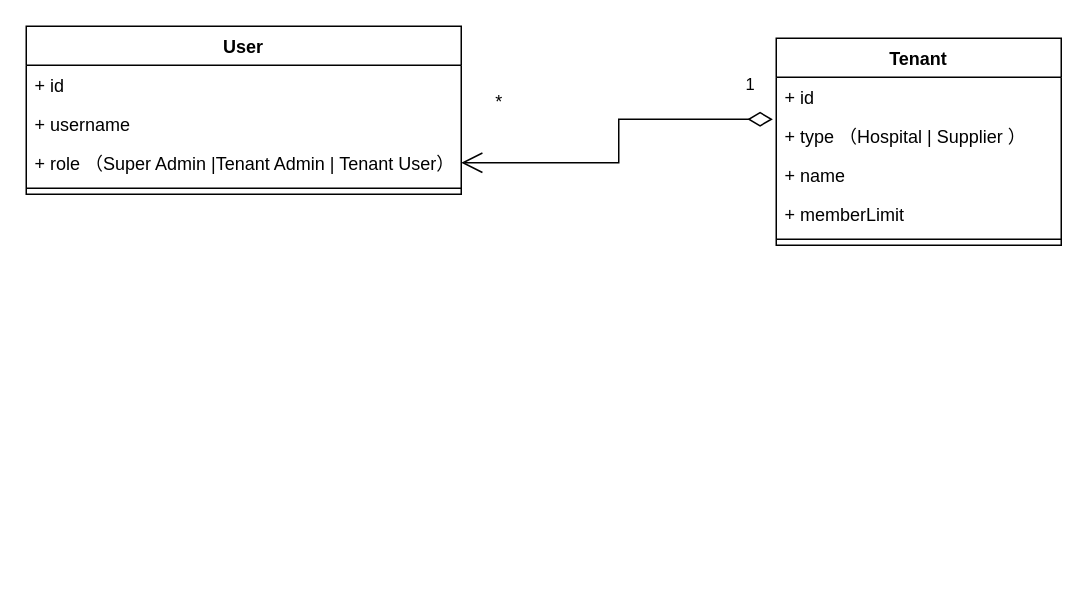
Above: page "第 1 页" (1 of 2) of src/未命名绘图.drawio in moonflow/redux-rtk-session-demo (draw.io), before the change. Source tidied: cells renumbered, new cells numbered last; positions are measured from the earlier drawing's top-left corner, leaving out a move shared by most shapes. Both pictures are drawn from the tidied source at 150%, with x=0, y=0 at pixel (26, 26).
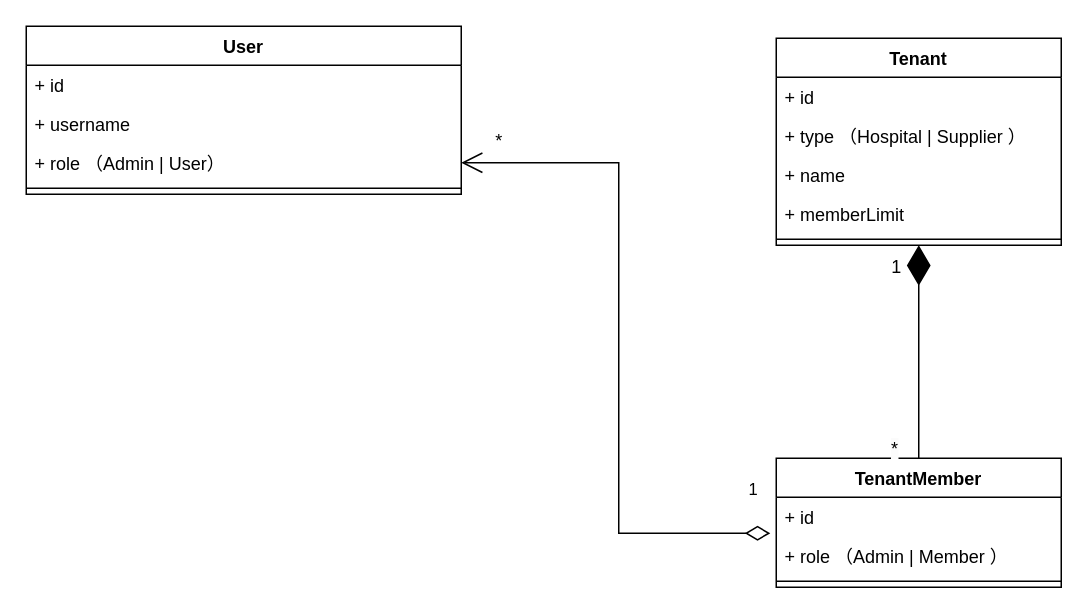
After the change.

Commit message (it also covers changes not shown here):
更新未命名绘图.drawio

The change refers to these unchanged cells:
```xml
<mxCell id="2" value="User" style="swimlane;fontStyle=1;align=center;verticalAlign=top;horizontal=1;startSize=26;whiteSpace=wrap;html=1;" parent="1" vertex="1">
  <mxGeometry width="290" height="112" as="geometry" />
</mxCell>
<mxCell id="7" value="Tenant" style="swimlane;fontStyle=1;align=center;verticalAlign=top;horizontal=1;startSize=26;whiteSpace=wrap;html=1;" parent="1" vertex="1">
  <mxGeometry x="500" y="8" width="190" height="138" as="geometry" />
</mxCell>
<mxCell id="9" value="+ type （Hospital | Supplier ）&lt;br&gt;" style="text;strokeColor=none;fillColor=none;align=left;verticalAlign=top;spacingLeft=4;spacingRight=4;overflow=hidden;points=[[0,0.5],[1,0.5]];portConstraint=eastwest;whiteSpace=wrap;html=1;" parent="7" vertex="1">
  <mxGeometry y="52" width="190" height="26" as="geometry" />
</mxCell>
```

The edit, as a diff of the source:
```diff
@@
-    <mxCell id="5" value="+ role （Super Admin |Tenant Admin | Tenant User）" style="text;strokeColor=none;fillColor=none;align=left;verticalAlign=top;spacingLeft=4;spacingRight=4;overflow=hidden;points=[[0,0.5],[1,0.5]];portConstraint=eastwest;whiteSpace=wrap;html=1;" parent="2" vertex="1">
+    <mxCell id="5" value="+ role （Admin | User）" style="text;strokeColor=none;fillColor=none;align=left;verticalAlign=top;spacingLeft=4;spacingRight=4;overflow=hidden;points=[[0,0.5],[1,0.5]];portConstraint=eastwest;whiteSpace=wrap;html=1;" parent="2" vertex="1">
       <mxGeometry y="78" width="290" height="26" as="geometry" />
     </mxCell>
@@
-    <mxCell id="13" value="1" style="endArrow=open;html=1;endSize=12;startArrow=diamondThin;startSize=14;startFill=0;edgeStyle=orthogonalEdgeStyle;align=left;verticalAlign=bottom;rounded=0;exitX=-0.012;exitY=0.077;exitDx=0;exitDy=0;exitPerimeter=0;entryX=1;entryY=0.5;entryDx=0;entryDy=0;" parent="1" edge="1" source="9" target="5">
-      <mxGeometry x="-0.83" y="-14" relative="1" as="geometry" />
+    <mxCell id="13" value="1" style="endArrow=open;html=1;endSize=12;startArrow=diamondThin;startSize=14;startFill=0;edgeStyle=orthogonalEdgeStyle;align=left;verticalAlign=bottom;rounded=0;exitX=-0.021;exitY=0.923;exitDx=0;exitDy=0;exitPerimeter=0;entryX=1;entryY=0.5;entryDx=0;entryDy=0;" parent="1" edge="1" source="16" target="5">
+      <mxGeometry x="-0.93" y="-20" relative="1" as="geometry" />
     </mxCell>
     <mxCell id="14" value="*" style="text;html=1;align=center;verticalAlign=middle;strokeColor=none;fillColor=none;" parent="1" vertex="1">
-      <mxGeometry x="300" y="36" width="30" height="30" as="geometry" />
+      <mxGeometry x="300" y="62" width="30" height="30" as="geometry" />
     </mxCell>
+    <mxCell id="15" value="TenantMember" style="swimlane;fontStyle=1;align=center;verticalAlign=top;horizontal=1;startSize=26;whiteSpace=wrap;html=1;" parent="1" vertex="1">
+      <mxGeometry x="500" y="288" width="190" height="86" as="geometry" />
+    </mxCell>
+    <mxCell id="16" value="+ id" style="text;strokeColor=none;fillColor=none;align=left;verticalAlign=top;spacingLeft=4;spacingRight=4;overflow=hidden;points=[[0,0.5],[1,0.5]];portConstraint=eastwest;whiteSpace=wrap;html=1;" parent="15" vertex="1">
+      <mxGeometry y="26" width="190" height="26" as="geometry" />
+    </mxCell>
+    <mxCell id="17" value="+ role （Admin&amp;nbsp;| Member ）" style="text;strokeColor=none;fillColor=none;align=left;verticalAlign=top;spacingLeft=4;spacingRight=4;overflow=hidden;whiteSpace=wrap;html=1;" parent="15" vertex="1">
+      <mxGeometry y="52" width="190" height="26" as="geometry" />
+    </mxCell>
+    <mxCell id="18" style="line;strokeWidth=1;fillColor=none;align=left;verticalAlign=middle;spacingTop=-1;spacingLeft=3;spacingRight=3;labelPosition=right;strokeColor=inherit;" parent="15" vertex="1">
+      <mxGeometry y="78" width="190" height="8" as="geometry" />
+    </mxCell>
+    <mxCell id="19" style="endArrow=diamondThin;endFill=1;endSize=24;html=1;rounded=0;entryX=0.5;entryY=1;entryDx=0;entryDy=0;exitX=0.5;exitY=0;exitDx=0;exitDy=0;" parent="1" edge="1" source="15" target="7">
+      <mxGeometry relative="1" as="geometry" />
+    </mxCell>
+    <mxCell id="20" value="1" style="text;html=1;align=center;verticalAlign=middle;strokeColor=none;fillColor=none;" parent="1" vertex="1">
+      <mxGeometry x="565" y="146" width="30" height="30" as="geometry" />
+    </mxCell>
+    <mxCell id="21" value="&lt;span style=&quot;color: rgb(0, 0, 0); font-family: Helvetica; font-size: 12px; font-style: normal; font-variant-ligatures: normal; font-variant-caps: normal; font-weight: 400; letter-spacing: normal; orphans: 2; text-align: left; text-indent: 0px; text-transform: none; widows: 2; word-spacing: 0px; -webkit-text-stroke-width: 0px; background-color: rgb(251, 251, 251); text-decoration-thickness: initial; text-decoration-style: initial; text-decoration-color: initial; float: none; display: inline !important;&quot;&gt;*&lt;/span&gt;" style="text;whiteSpace=wrap;html=1;" parent="1" vertex="1">
+      <mxGeometry x="575" y="268" width="20" height="20" as="geometry" />
+    </mxCell>
```
